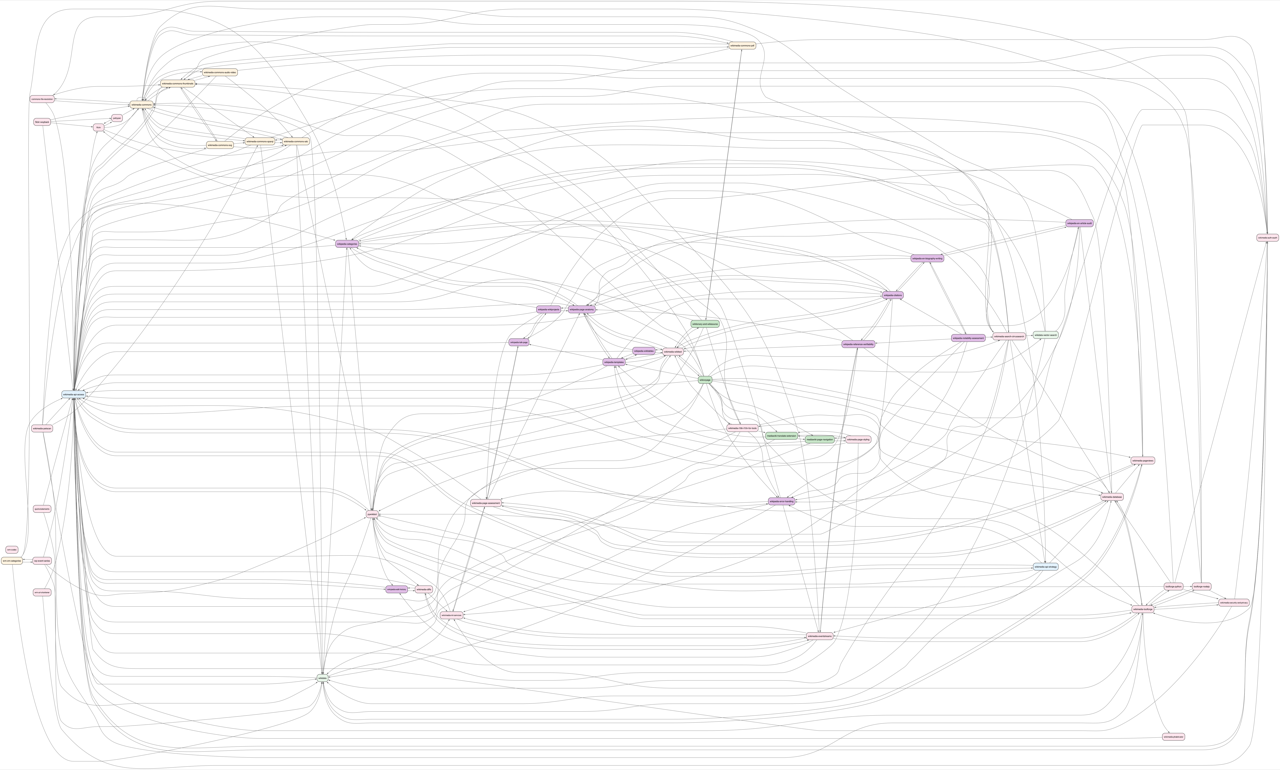
Earlier version of the Graphviz export docs/skills-network.png (VDK/Wikipedia-AI-Skills). Its source is kept beside it as docs/skills-network.dot.
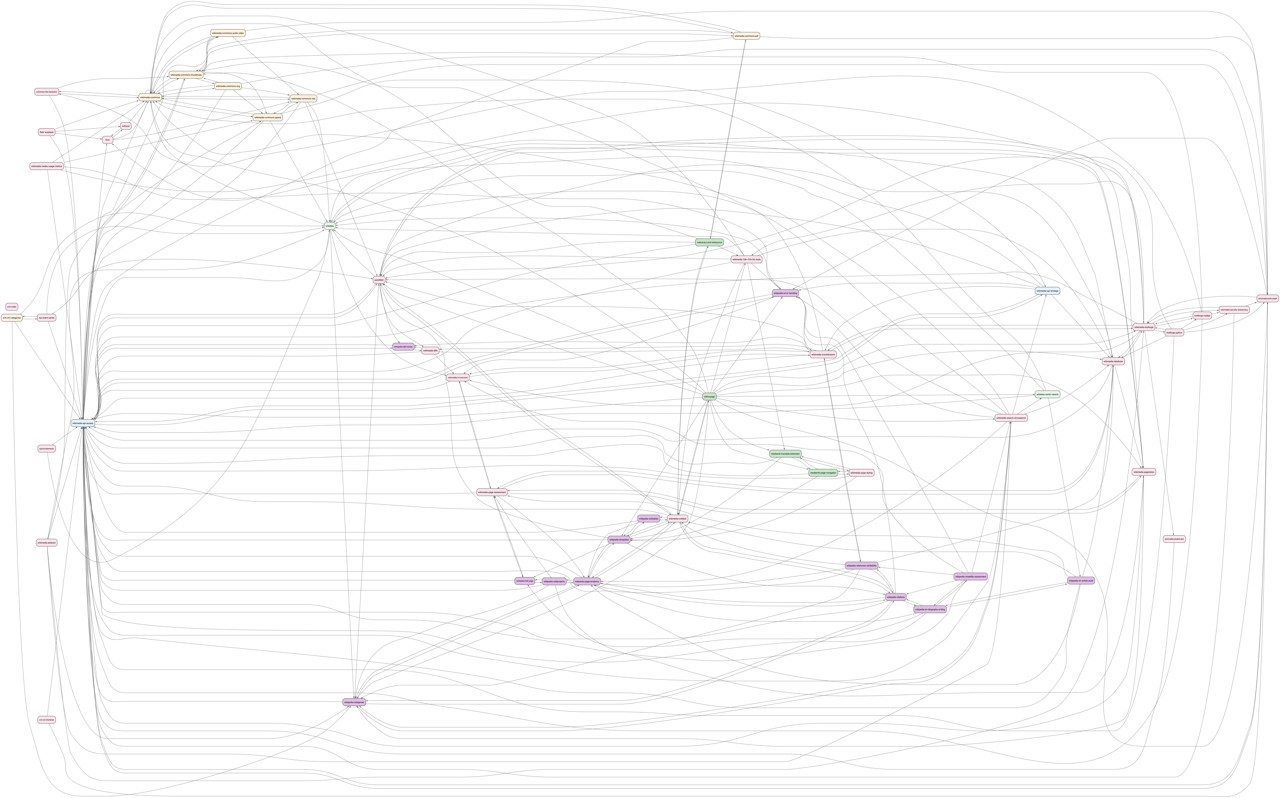
The same diagram one commit later.

Commit message:
feat(media-usage-metrics): add skill for measuring use of Wikimedia files

The edit, as a diff of the source:
```diff
@@ -31,6 +31,7 @@
   "wikimedia-diffs" [label="wikimedia-diffs", fillcolor="#fce4ec", style="filled,rounded", fontsize=11];
   "wikimedia-eventstreams" [label="wikimedia-eventstreams", fillcolor="#fce4ec", style="filled,rounded", fontsize=11];
   "wikimedia-i18n-l10n-for-tools" [label="wikimedia-i18n-l10n-for-tools", fillcolor="#fce4ec", style="filled,rounded", fontsize=11];
+  "wikimedia-media-usage-metrics" [label="wikimedia-media-usage-metrics", fillcolor="#fce4ec", style="filled,rounded", fontsize=11];
   "wikimedia-ml-services" [label="wikimedia-ml-services", fillcolor="#fce4ec", style="filled,rounded", fontsize=10];
   "wikimedia-page-assessment" [label="wikimedia-page-assessment", fillcolor="#fce4ec", style="filled,rounded", fontsize=11];
   "wikimedia-page-styling" [label="wikimedia-page-styling", fillcolor="#fce4ec", style="filled,rounded", fontsize=11];
@@ -195,6 +196,11 @@
   "wikimedia-i18n-l10n-for-tools" -> "wikimedia-database";
   "wikimedia-i18n-l10n-for-tools" -> "wikimedia-wikitext";
   "wikimedia-i18n-l10n-for-tools" -> "wikipedia-error-handling";
+  "wikimedia-media-usage-metrics" -> "wikimedia-api-access";
+  "wikimedia-media-usage-metrics" -> "wikimedia-commons";
+  "wikimedia-media-usage-metrics" -> "wikimedia-commons-sparql";
+  "wikimedia-media-usage-metrics" -> "wikimedia-database";
+  "wikimedia-media-usage-metrics" -> "wikimedia-pageviews";
   "wikimedia-ml-services" -> "wikimedia-api-access";
   "wikimedia-ml-services" -> "wikimedia-eventstreams";
   "wikimedia-ml-services" -> "wikimedia-page-assessment";
```
